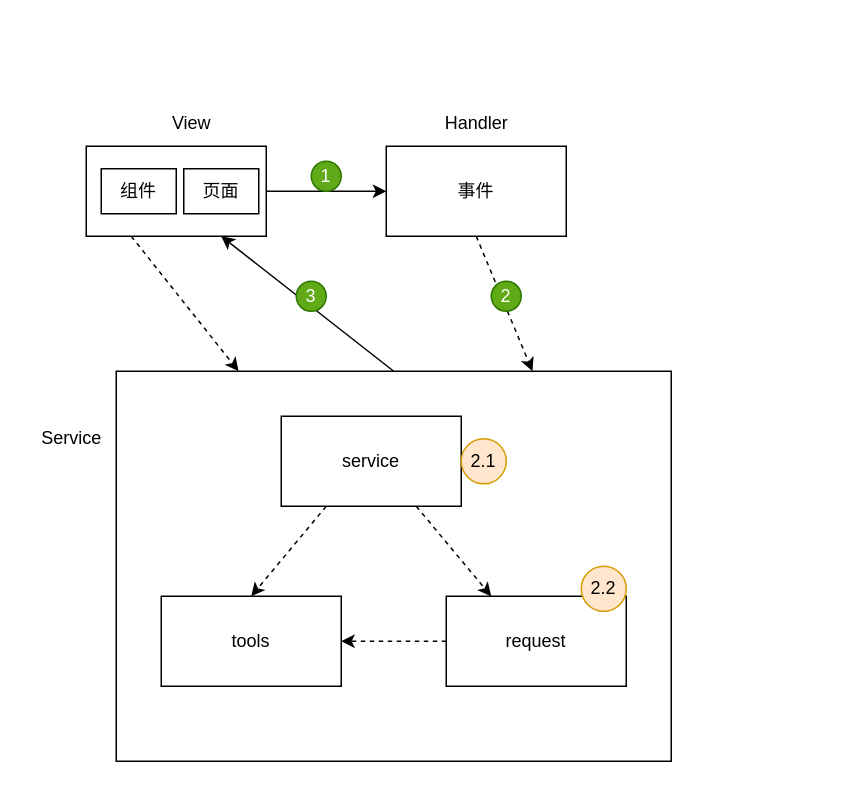
nokbita/graduation-project keeps this draw.io diagram as gp_front/readme/framework_mode.drawio. Above is the earlier version. Source tidied: cells renumbered, new cells numbered last; positions are measured from the earlier drawing's top-left corner, leaving out a move shared by most shapes. Both pictures are drawn from the tidied source at 150%, with x=0, y=0 at pixel (26, 100).
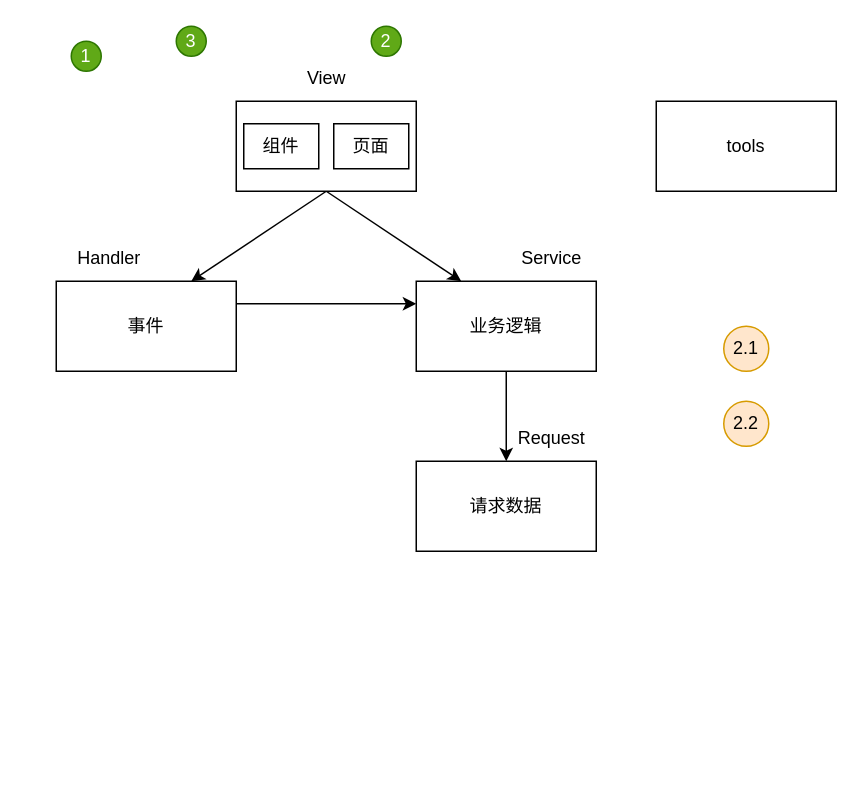
The same page after the edit.

Diff of the diagram source:
```diff
@@
-    <mxCell id="2" style="edgeStyle=none;html=1;exitX=0.5;exitY=0;exitDx=0;exitDy=0;entryX=0.75;entryY=1;entryDx=0;entryDy=0;" parent="1" edge="1" source="3" target="6">
-      <mxGeometry relative="1" as="geometry" />
-    </mxCell>
-    <mxCell id="3" style="rounded=0;whiteSpace=wrap;html=1;" parent="1" vertex="1">
-      <mxGeometry x="60" y="180" width="370" height="260" as="geometry" />
-    </mxCell>
-    <mxCell id="4" style="edgeStyle=none;html=1;exitX=1;exitY=0.5;exitDx=0;exitDy=0;entryX=0;entryY=0.5;entryDx=0;entryDy=0;" parent="1" edge="1" source="6" target="8">
+    <mxCell id="4" style="rounded=0;jettySize=auto;html=1;exitX=0.5;exitY=1;exitDx=0;exitDy=0;entryX=0.75;entryY=0;entryDx=0;entryDy=0;" parent="1" edge="1" source="6" target="8">
       <mxGeometry relative="1" as="geometry" />
     </mxCell>
-    <mxCell id="5" style="edgeStyle=none;html=1;exitX=0.25;exitY=1;exitDx=0;exitDy=0;dashed=1;" parent="1" edge="1" source="6" target="3">
-      <mxGeometry relative="1" as="geometry" />
-    </mxCell>
-    <mxCell id="6" style="rounded=0;whiteSpace=wrap;html=1;" parent="1" vertex="1">
-      <mxGeometry x="40" y="30" width="120" height="60" as="geometry" />
-    </mxCell>
-    <mxCell id="7" style="html=1;exitX=0.5;exitY=1;exitDx=0;exitDy=0;entryX=0.75;entryY=0;entryDx=0;entryDy=0;dashed=1;" parent="1" edge="1" source="8" target="3">
-      <mxGeometry relative="1" as="geometry" />
-    </mxCell>
+    <mxCell id="25" style="edgeStyle=none;rounded=0;jettySize=auto;html=1;exitX=0.5;exitY=1;exitDx=0;exitDy=0;entryX=0.25;entryY=0;entryDx=0;entryDy=0;" parent="1" edge="1" source="6" target="11">
+      <mxGeometry relative="1" as="geometry" />
+    </mxCell>
+    <mxCell id="26" style="edgeStyle=none;rounded=0;jettySize=auto;html=1;entryX=0;entryY=0.25;entryDx=0;entryDy=0;exitX=1;exitY=0.25;exitDx=0;exitDy=0;" parent="1" edge="1" source="8" target="11">
+      <mxGeometry relative="1" as="geometry" />
+    </mxCell>
     <mxCell id="8" value="事件" style="rounded=0;whiteSpace=wrap;html=1;" parent="1" vertex="1">
-      <mxGeometry x="240" y="30" width="120" height="60" as="geometry" />
+      <mxGeometry x="20" y="120" width="120" height="60" as="geometry" />
     </mxCell>
-    <mxCell id="9" style="rounded=0;jettySize=auto;html=1;exitX=0.75;exitY=1;exitDx=0;exitDy=0;entryX=0.25;entryY=0;entryDx=0;entryDy=0;dashed=1;" parent="1" edge="1" source="11" target="13">
+    <mxCell id="9" style="edgeStyle=none;rounded=0;jettySize=auto;html=1;entryX=0.5;entryY=0;entryDx=0;entryDy=0;exitX=0.5;exitY=1;exitDx=0;exitDy=0;" parent="1" edge="1" source="11" target="13">
       <mxGeometry relative="1" as="geometry" />
     </mxCell>
-    <mxCell id="10" style="edgeStyle=none;rounded=0;jettySize=auto;html=1;exitX=0.25;exitY=1;exitDx=0;exitDy=0;entryX=0.5;entryY=0;entryDx=0;entryDy=0;dashed=1;" parent="1" edge="1" source="11" target="17">
-      <mxGeometry relative="1" as="geometry" />
-    </mxCell>
-    <mxCell id="11" value="service" style="rounded=0;whiteSpace=wrap;html=1;" parent="1" vertex="1">
-      <mxGeometry x="170" y="210" width="120" height="60" as="geometry" />
+    <mxCell id="11" value="业务逻辑" style="rounded=0;whiteSpace=wrap;html=1;" parent="1" vertex="1">
+      <mxGeometry x="260" y="120" width="120" height="60" as="geometry" />
     </mxCell>
-    <mxCell id="12" style="edgeStyle=none;rounded=0;jettySize=auto;html=1;exitX=0;exitY=0.5;exitDx=0;exitDy=0;dashed=1;" parent="1" edge="1" source="13" target="17">
-      <mxGeometry relative="1" as="geometry" />
-    </mxCell>
-    <mxCell id="13" value="request" style="rounded=0;whiteSpace=wrap;html=1;" parent="1" vertex="1">
-      <mxGeometry x="280" y="330" width="120" height="60" as="geometry" />
+    <mxCell id="13" value="请求数据" style="rounded=0;whiteSpace=wrap;html=1;" parent="1" vertex="1">
+      <mxGeometry x="260" y="240" width="120" height="60" as="geometry" />
     </mxCell>
-    <mxCell id="14" value="View" style="text;html=1;align=center;verticalAlign=middle;strokeColor=none;fillColor=none;" parent="1" vertex="1">
-      <mxGeometry x="85" width="50" height="30" as="geometry" />
-    </mxCell>
     <mxCell id="15" value="Handler" style="text;html=1;align=center;verticalAlign=middle;strokeColor=none;fillColor=none;" parent="1" vertex="1">
-      <mxGeometry x="265" width="70" height="30" as="geometry" />
+      <mxGeometry x="20" y="90" width="70" height="30" as="geometry" />
     </mxCell>
     <mxCell id="16" value="Service" style="text;html=1;align=center;verticalAlign=middle;strokeColor=none;fillColor=none;" parent="1" vertex="1">
-      <mxGeometry y="210" width="60" height="30" as="geometry" />
+      <mxGeometry x="320" y="90" width="60" height="30" as="geometry" />
     </mxCell>
     <mxCell id="17" value="tools" style="rounded=0;whiteSpace=wrap;html=1;" parent="1" vertex="1">
-      <mxGeometry x="90" y="330" width="120" height="60" as="geometry" />
+      <mxGeometry x="420" width="120" height="60" as="geometry" />
     </mxCell>
     <mxCell id="18" value="1" style="ellipse;whiteSpace=wrap;html=1;fillColor=#60a917;fontColor=#ffffff;strokeColor=#2D7600;" parent="1" vertex="1">
-      <mxGeometry x="190" y="40" width="20" height="20" as="geometry" />
+      <mxGeometry x="30" y="-40" width="20" height="20" as="geometry" />
     </mxCell>
     <mxCell id="19" value="2" style="ellipse;whiteSpace=wrap;html=1;fillColor=#60a917;fontColor=#ffffff;strokeColor=#2D7600;" parent="1" vertex="1">
-      <mxGeometry x="310" y="120" width="20" height="20" as="geometry" />
+      <mxGeometry x="230" y="-50" width="20" height="20" as="geometry" />
     </mxCell>
     <mxCell id="20" value="3" style="ellipse;whiteSpace=wrap;html=1;fillColor=#60a917;fontColor=#ffffff;strokeColor=#2D7600;" parent="1" vertex="1">
-      <mxGeometry x="180" y="120" width="20" height="20" as="geometry" />
+      <mxGeometry x="100" y="-50" width="20" height="20" as="geometry" />
     </mxCell>
+    <mxCell id="23" value="2.1" style="ellipse;whiteSpace=wrap;html=1;fillColor=#ffe6cc;strokeColor=#d79b00;" parent="1" vertex="1">
+      <mxGeometry x="465" y="150" width="30" height="30" as="geometry" />
+    </mxCell>
+    <mxCell id="24" value="2.2" style="ellipse;whiteSpace=wrap;html=1;fillColor=#ffe6cc;strokeColor=#d79b00;" parent="1" vertex="1">
+      <mxGeometry x="465" y="200" width="30" height="30" as="geometry" />
+    </mxCell>
+    <mxCell id="27" style="group;" parent="1" vertex="1">
+      <mxGeometry x="140" y="-30" width="120" height="90" as="geometry" />
+    </mxCell>
+    <mxCell id="6" style="rounded=0;whiteSpace=wrap;html=1;" parent="27" vertex="1">
+      <mxGeometry y="30" width="120" height="60" as="geometry" />
+    </mxCell>
+    <mxCell id="14" value="View" style="text;html=1;align=center;verticalAlign=middle;strokeColor=none;fillColor=none;" parent="27" vertex="1">
+      <mxGeometry x="35" width="50" height="30" as="geometry" />
+    </mxCell>
-    <mxCell id="21" value="组件" style="rounded=0;whiteSpace=wrap;html=1;" parent="1" vertex="1">
-      <mxGeometry x="50" y="45" width="50" height="30" as="geometry" />
+    <mxCell id="21" value="组件" style="rounded=0;whiteSpace=wrap;html=1;" parent="27" vertex="1">
+      <mxGeometry x="5" y="45" width="50" height="30" as="geometry" />
     </mxCell>
-    <mxCell id="22" value="页面" style="rounded=0;whiteSpace=wrap;html=1;" parent="1" vertex="1">
-      <mxGeometry x="105" y="45" width="50" height="30" as="geometry" />
+    <mxCell id="22" value="页面" style="rounded=0;whiteSpace=wrap;html=1;" parent="27" vertex="1">
+      <mxGeometry x="65" y="45" width="50" height="30" as="geometry" />
     </mxCell>
-    <mxCell id="23" value="2.1" style="ellipse;whiteSpace=wrap;html=1;fillColor=#ffe6cc;strokeColor=#d79b00;" parent="1" vertex="1">
-      <mxGeometry x="290" y="225" width="30" height="30" as="geometry" />
-    </mxCell>
-    <mxCell id="24" value="2.2" style="ellipse;whiteSpace=wrap;html=1;fillColor=#ffe6cc;strokeColor=#d79b00;" parent="1" vertex="1">
-      <mxGeometry x="370" y="310" width="30" height="30" as="geometry" />
-    </mxCell>
+    <mxCell id="28" value="Request" style="text;html=1;align=center;verticalAlign=middle;strokeColor=none;fillColor=none;" parent="1" vertex="1">
+      <mxGeometry x="315" y="210" width="70" height="30" as="geometry" />
+    </mxCell>
```
